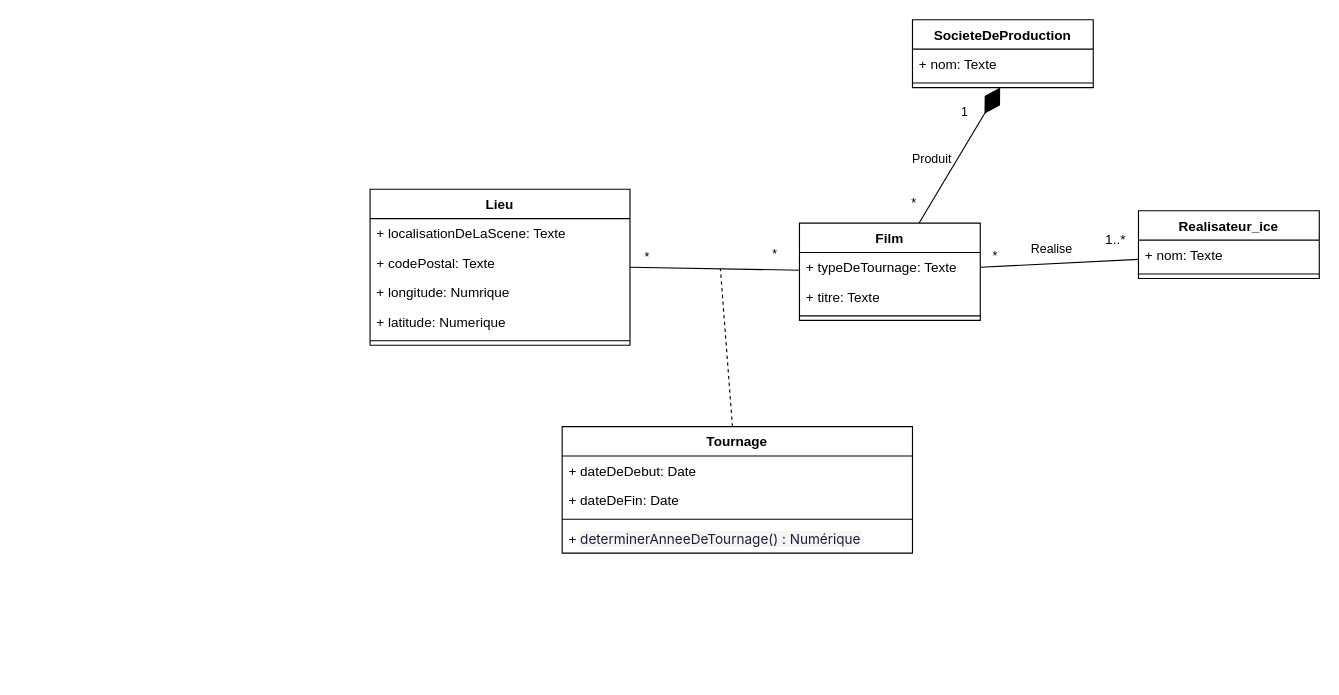
Earlier version of the draw.io diagram MCD_NeoNomade.drawio (BoubaGadiaga/NeoNomade_modelisation). Source tidied: cells renumbered, new cells numbered last; positions are measured from the earlier drawing's top-left corner, leaving out a move shared by most shapes. Both pictures are drawn from the tidied source at 113%, with x=0, y=0 at pixel (370, 19).
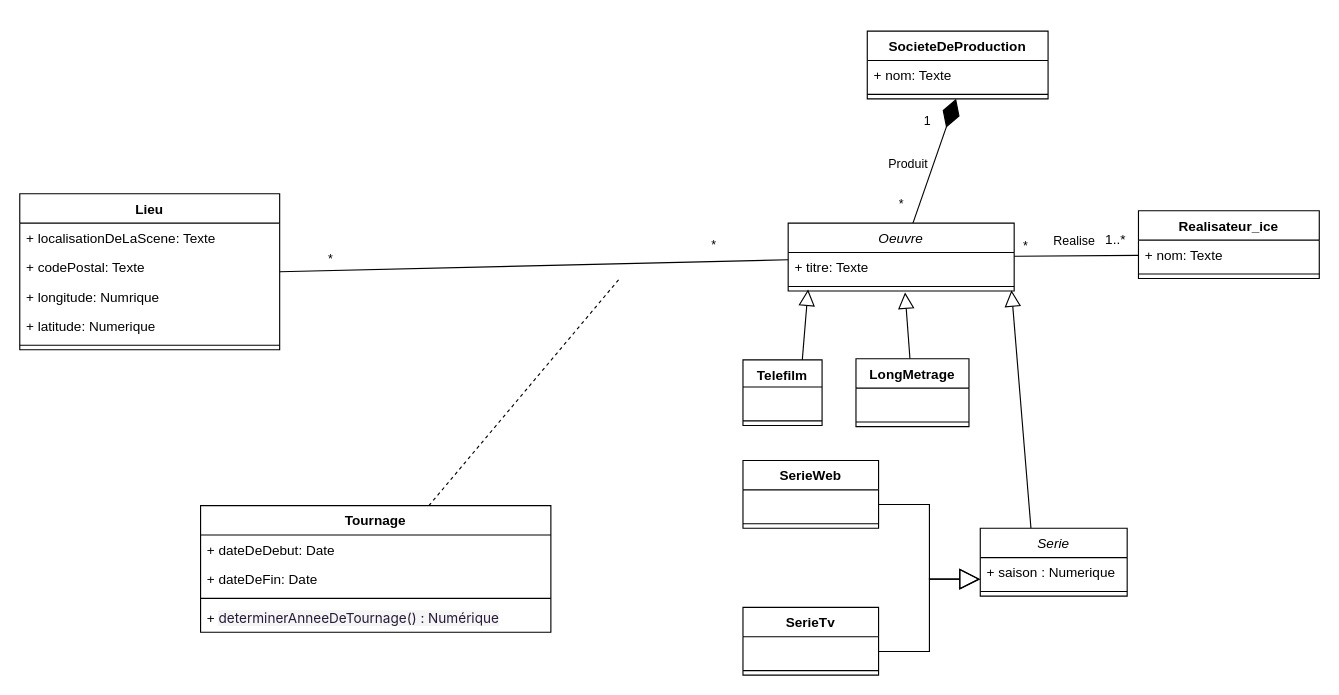
The same page after the edit.

Commit message:
Fin MCP: ajout des classse enfant de euvre qui est la tranformation de film en classe abstraite

Diff of the diagram source:
```diff
@@
+    <mxCell id="35" style="rounded=0;jettySize=auto;html=1;exitX=0.345;exitY=0;exitDx=0;exitDy=0;exitPerimeter=0;entryX=0.988;entryY=0.92;entryDx=0;entryDy=0;entryPerimeter=0;endArrow=block;endFill=0;endSize=12;" parent="1" edge="1" source="38" target="15">
+      <mxGeometry relative="1" as="geometry" />
+    </mxCell>
+    <mxCell id="36" style="rounded=0;jettySize=auto;html=1;endArrow=block;endFill=0;startArrow=none;startFill=0;entryX=0.088;entryY=0.84;entryDx=0;entryDy=0;entryPerimeter=0;exitX=0.75;exitY=0;exitDx=0;exitDy=0;endSize=12;" parent="1" edge="1" source="41" target="15">
+      <mxGeometry relative="1" as="geometry" />
+    </mxCell>
+    <mxCell id="37" style="rounded=0;jettySize=auto;html=1;endArrow=block;endFill=0;entryX=0.517;entryY=1.158;entryDx=0;entryDy=0;entryPerimeter=0;endSize=12;" parent="1" edge="1" source="44" target="15">
+      <mxGeometry relative="1" as="geometry" />
+    </mxCell>
-    <mxCell id="12" value="Film" style="swimlane;fontStyle=1;align=center;verticalAlign=top;horizontal=1;startSize=26;whiteSpace=wrap;html=1;" parent="1" vertex="1">
-      <mxGeometry x="380" y="180" width="160" height="86" as="geometry" />
+    <mxCell id="12" value="&lt;span style=&quot;font-weight: 400;&quot;&gt;&lt;i&gt;Oeuvre&lt;/i&gt;&lt;/span&gt;" style="swimlane;fontStyle=1;align=center;verticalAlign=top;horizontal=1;startSize=26;whiteSpace=wrap;html=1;" parent="1" vertex="1">
+      <mxGeometry x="370" y="180" width="200" height="60" as="geometry" />
     </mxCell>
-    <mxCell id="13" value="+ typeDeTournage: Texte" style="text;strokeColor=none;fillColor=none;align=left;verticalAlign=top;spacingLeft=4;spacingRight=4;overflow=hidden;whiteSpace=wrap;html=1;" parent="12" vertex="1">
-      <mxGeometry y="26" width="160" height="26" as="geometry" />
-    </mxCell>
     <mxCell id="14" value="+ titre: Texte" style="text;strokeColor=none;fillColor=none;align=left;verticalAlign=top;spacingLeft=4;spacingRight=4;overflow=hidden;whiteSpace=wrap;html=1;" parent="12" vertex="1">
-      <mxGeometry y="52" width="160" height="26" as="geometry" />
+      <mxGeometry y="26" width="200" height="26" as="geometry" />
     </mxCell>
     <mxCell id="15" style="line;strokeWidth=1;fillColor=none;align=left;verticalAlign=middle;spacingTop=-1;spacingLeft=3;spacingRight=3;labelPosition=right;points=[];portConstraint=eastwest;strokeColor=inherit;" parent="12" vertex="1">
-      <mxGeometry y="78" width="160" height="8" as="geometry" />
+      <mxGeometry y="52" width="200" height="8" as="geometry" />
     </mxCell>
     <mxCell id="16" style="rounded=0;jettySize=auto;html=1;dashed=1;endArrow=none;endFill=0;" parent="1" edge="1" source="17">
       <mxGeometry relative="1" as="geometry">
-        <mxPoint x="310" y="220" as="targetPoint" />
+        <mxPoint x="220" y="230" as="targetPoint" />
       </mxGeometry>
     </mxCell>
     <mxCell id="17" value="Tournage" style="swimlane;fontStyle=1;align=center;verticalAlign=top;horizontal=1;startSize=26;whiteSpace=wrap;html=1;" parent="1" vertex="1">
-      <mxGeometry x="170" y="360" width="310" height="112" as="geometry" />
+      <mxGeometry x="-150" y="430" width="310" height="112" as="geometry" />
     </mxCell>
@@
     <mxCell id="22" value="Lieu" style="swimlane;fontStyle=1;align=center;verticalAlign=top;horizontal=1;startSize=26;whiteSpace=wrap;html=1;" parent="1" vertex="1">
-      <mxGeometry y="150" width="230" height="138" as="geometry" />
+      <mxGeometry x="-310" y="154" width="230" height="138" as="geometry" />
     </mxCell>
@@
     <mxCell id="28" value="SocieteDeProduction" style="swimlane;fontStyle=1;align=center;verticalAlign=top;horizontal=1;startSize=26;whiteSpace=wrap;html=1;" parent="1" vertex="1">
-      <mxGeometry x="480" width="160" height="60" as="geometry" />
+      <mxGeometry x="440" y="10" width="160" height="60" as="geometry" />
     </mxCell>
@@
+    <mxCell id="38" value="&lt;span style=&quot;font-weight: normal;&quot;&gt;&lt;i&gt;Serie&lt;/i&gt;&lt;/span&gt;" style="swimlane;fontStyle=1;align=center;verticalAlign=top;horizontal=1;startSize=26;whiteSpace=wrap;html=1;" parent="1" vertex="1">
+      <mxGeometry x="540" y="450" width="130" height="60" as="geometry" />
+    </mxCell>
+    <mxCell id="39" value="+ saison : Numerique" style="text;strokeColor=none;fillColor=none;align=left;verticalAlign=top;spacingLeft=4;spacingRight=4;overflow=hidden;whiteSpace=wrap;html=1;" parent="38" vertex="1">
+      <mxGeometry y="26" width="130" height="26" as="geometry" />
+    </mxCell>
+    <mxCell id="40" style="line;strokeWidth=1;fillColor=none;align=left;verticalAlign=middle;spacingTop=-1;spacingLeft=3;spacingRight=3;labelPosition=right;strokeColor=inherit;" parent="38" vertex="1">
+      <mxGeometry y="52" width="130" height="8" as="geometry" />
+    </mxCell>
+    <mxCell id="41" value="Telefilm" style="swimlane;fontStyle=1;align=center;verticalAlign=top;horizontal=1;startSize=24;whiteSpace=wrap;html=1;" parent="1" vertex="1">
+      <mxGeometry x="330" y="301" width="70" height="58" as="geometry" />
+    </mxCell>
+    <mxCell id="42" value="&amp;nbsp;" style="text;strokeColor=none;fillColor=none;align=left;verticalAlign=top;spacingLeft=4;spacingRight=4;overflow=hidden;whiteSpace=wrap;html=1;" parent="41" vertex="1">
+      <mxGeometry y="24" width="70" height="26" as="geometry" />
+    </mxCell>
+    <mxCell id="43" style="line;strokeWidth=1;fillColor=none;align=left;verticalAlign=middle;spacingTop=-1;spacingLeft=3;spacingRight=3;labelPosition=right;strokeColor=inherit;" parent="41" vertex="1">
+      <mxGeometry y="50" width="70" height="8" as="geometry" />
+    </mxCell>
+    <mxCell id="44" value="LongMetrage" style="swimlane;fontStyle=1;align=center;verticalAlign=top;horizontal=1;startSize=26;whiteSpace=wrap;html=1;" parent="1" vertex="1">
+      <mxGeometry x="430" y="300" width="100" height="60" as="geometry" />
+    </mxCell>
+    <mxCell id="45" value="&amp;nbsp;" style="text;strokeColor=none;fillColor=none;align=left;verticalAlign=top;spacingLeft=4;spacingRight=4;overflow=hidden;whiteSpace=wrap;html=1;" parent="44" vertex="1">
+      <mxGeometry y="26" width="100" height="26" as="geometry" />
+    </mxCell>
+    <mxCell id="46" style="line;strokeWidth=1;fillColor=none;align=left;verticalAlign=middle;spacingTop=-1;spacingLeft=3;spacingRight=3;labelPosition=right;strokeColor=inherit;" parent="44" vertex="1">
+      <mxGeometry y="52" width="100" height="8" as="geometry" />
+    </mxCell>
+    <mxCell id="47" value="SerieTv" style="swimlane;fontStyle=1;align=center;verticalAlign=top;horizontal=1;startSize=26;whiteSpace=wrap;html=1;" parent="1" vertex="1">
+      <mxGeometry x="330" y="520" width="120" height="60" as="geometry" />
+    </mxCell>
+    <mxCell id="48" value="&amp;nbsp;" style="text;strokeColor=none;fillColor=none;align=left;verticalAlign=top;spacingLeft=4;spacingRight=4;overflow=hidden;points=[[0,0.5],[1,0.5]];portConstraint=eastwest;whiteSpace=wrap;html=1;" parent="47" vertex="1">
+      <mxGeometry y="26" width="120" height="26" as="geometry" />
+    </mxCell>
+    <mxCell id="49" style="line;strokeWidth=1;fillColor=none;align=left;verticalAlign=middle;spacingTop=-1;spacingLeft=3;spacingRight=3;labelPosition=right;strokeColor=inherit;" parent="47" vertex="1">
+      <mxGeometry y="52" width="120" height="8" as="geometry" />
+    </mxCell>
+    <mxCell id="50" value="SerieWeb" style="swimlane;fontStyle=1;align=center;verticalAlign=top;horizontal=1;startSize=26;whiteSpace=wrap;html=1;" parent="1" vertex="1">
+      <mxGeometry x="330" y="390" width="120" height="60" as="geometry" />
+    </mxCell>
+    <mxCell id="51" value="&amp;nbsp;" style="text;strokeColor=none;fillColor=none;align=left;verticalAlign=top;spacingLeft=4;spacingRight=4;overflow=hidden;points=[[0,0.5],[1,0.5]];portConstraint=eastwest;whiteSpace=wrap;html=1;" parent="50" vertex="1">
+      <mxGeometry y="26" width="120" height="26" as="geometry" />
+    </mxCell>
+    <mxCell id="52" style="line;strokeWidth=1;fillColor=none;align=left;verticalAlign=middle;spacingTop=-1;spacingLeft=3;spacingRight=3;labelPosition=right;strokeColor=inherit;" parent="50" vertex="1">
+      <mxGeometry y="52" width="120" height="8" as="geometry" />
+    </mxCell>
+    <mxCell id="53" style="endArrow=block;endSize=16;endFill=0;html=1;rounded=0;exitX=1;exitY=0.5;exitDx=0;exitDy=0;entryX=0;entryY=0.75;entryDx=0;entryDy=0;edgeStyle=orthogonalEdgeStyle;" parent="1" edge="1" source="51" target="38">
+      <mxGeometry relative="1" as="geometry" />
+    </mxCell>
+    <mxCell id="54" style="endArrow=block;endSize=16;endFill=0;html=1;rounded=0;exitX=1;exitY=0.5;exitDx=0;exitDy=0;entryX=0;entryY=0.75;entryDx=0;entryDy=0;edgeStyle=orthogonalEdgeStyle;" parent="1" edge="1" source="48" target="38">
+      <mxGeometry relative="1" as="geometry" />
+    </mxCell>
```
